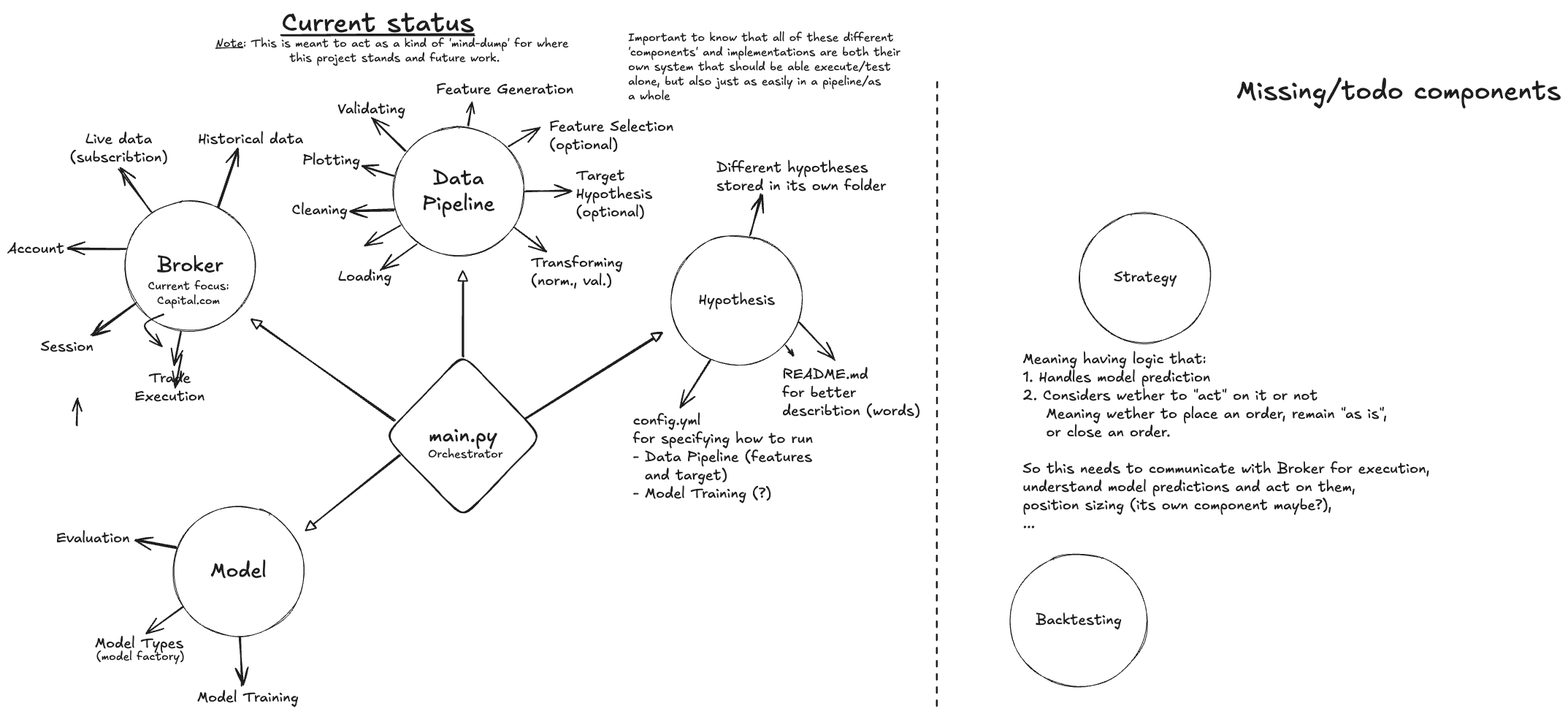
The Excalidraw diagram excalidraw/current_progress.excalidraw.png in DanielWestgaard/ml-pred, before a commit. Source tidied: one line per element, renumbered; positions are measured from the earlier drawing's top-left corner, leaving out a move shared by most shapes.
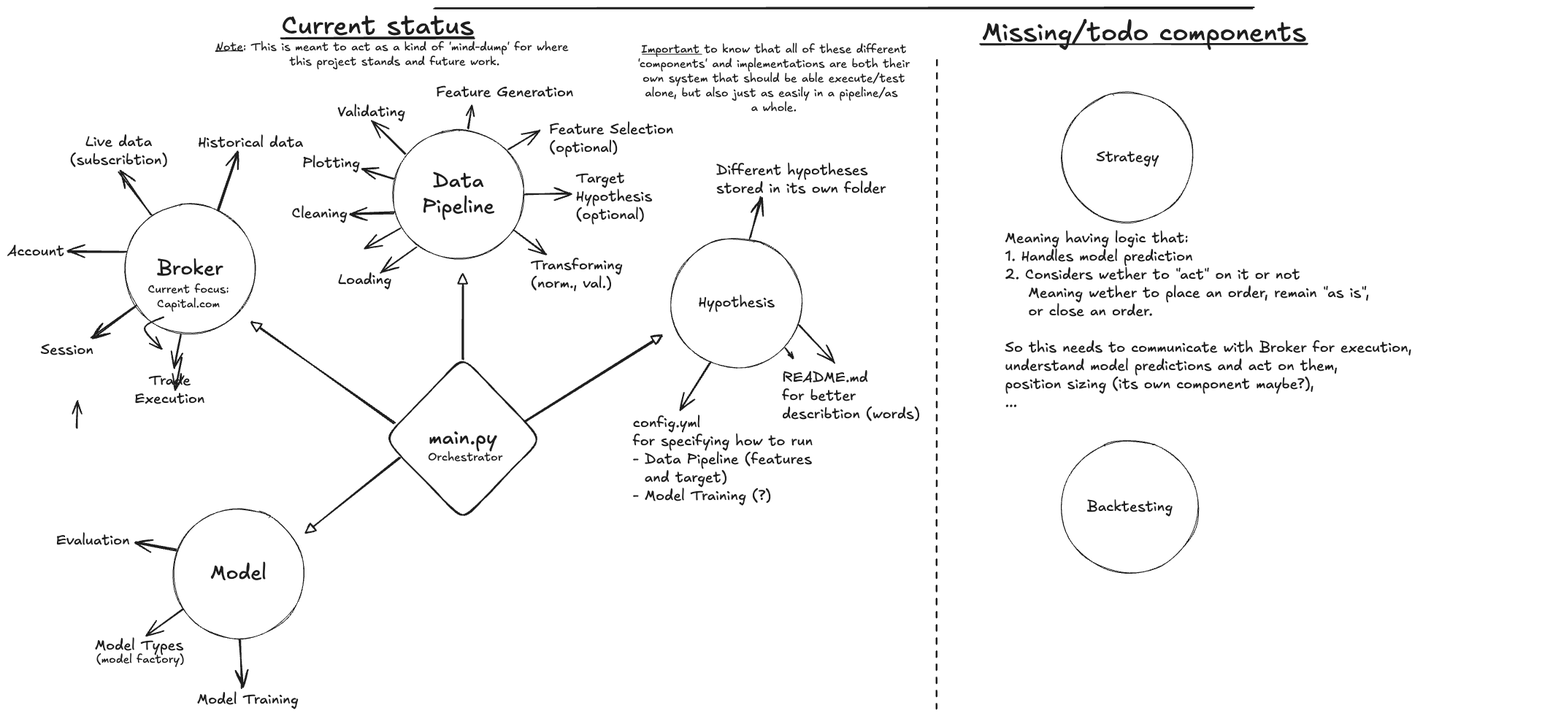
After the change.

Commit message:
moved some fiels around

Diff of the diagram source:
```diff
@@ -24,7 +24,7 @@
 {"id": 23, "type": "text", "text": "Live data\n(subscribtion)", "strokeColor": "#1e1e1e", "strokeWidth": 2, "roughness": 1, "fontSize": 20, "fontFamily": 5, "textAlign": "center", "x": 86, "y": 168, "width": 134, "height": 50}
 {"id": 24, "type": "arrow", "strokeColor": "#1e1e1e", "strokeWidth": 2, "roughness": 1, "endArrowhead": "arrow", "round": true, "from": 4, "to": 17, "x": 238, "y": 444, "width": 9, "height": 45, "points": [[0, 0], [-9, 45]]}
 {"id": 25, "type": "arrow", "strokeColor": "#1e1e1e", "strokeWidth": 2, "roughness": 1, "endArrowhead": "arrow", "round": true, "from": 4, "to": 22, "x": 289, "y": 275, "width": 27, "height": 82, "points": [[0, 0], [27, -82]]}
-{"id": 26, "type": "text", "text": "Important to know that all of these different\n'components' and implementations are both their\nown system that should be able execute/test\nalone, but also just as easily in a pipeline/as \na whole", "strokeColor": "#1e1e1e", "strokeWidth": 2, "roughness": 1, "fontSize": 16, "fontFamily": 5, "x": 850, "y": 32, "width": 373, "height": 100}
+{"id": 26, "type": "text", "text": "Important to know that all of these different\n'components' and implementations are both their\nown system that should be able execute/test\nalone, but also just as easily in a pipeline/as \na whole.", "strokeColor": "#1e1e1e", "strokeWidth": 2, "roughness": 1, "fontSize": 16, "fontFamily": 5, "textAlign": "center", "x": 863, "y": 44, "width": 373, "height": 100}
 {"id": 27, "type": "arrow", "strokeColor": "#1e1e1e", "strokeWidth": 2, "roughness": 1, "endArrowhead": "arrow", "round": true, "from": 6, "x": 530, "y": 277, "width": 60, "height": 2, "points": [[0, 0], [-60, 2]]}
 {"id": 28, "type": "text", "text": "Cleaning", "strokeColor": "#1e1e1e", "strokeWidth": 2, "roughness": 1, "fontSize": 20, "fontFamily": 5, "x": 390, "y": 266, "width": 76, "height": 25}
 {"id": 29, "type": "text", "text": "Validating", "strokeColor": "#1e1e1e", "strokeWidth": 2, "roughness": 1, "fontSize": 20, "fontFamily": 5, "x": 452, "y": 127, "width": 93, "height": 25}
@@ -41,13 +41,13 @@
 {"id": 40, "type": "text", "text": "Transforming\n(norm., val.)", "strokeColor": "#1e1e1e", "strokeWidth": 2, "roughness": 1, "fontSize": 20, "fontFamily": 5, "x": 717, "y": 337, "width": 126, "height": 50}
 {"id": 41, "type": "arrow", "strokeColor": "#1e1e1e", "strokeWidth": 2, "roughness": 1, "endArrowhead": "arrow", "round": true, "from": 6, "x": 529, "y": 231, "width": 44, "height": 13, "points": [[0, 0], [-44, -13]]}
 {"id": 42, "type": "text", "text": "Plotting", "strokeColor": "#1e1e1e", "strokeWidth": 2, "roughness": 1, "fontSize": 20, "fontFamily": 5, "x": 404, "y": 197, "width": 79, "height": 25}
-{"id": 43, "type": "line", "strokeColor": "#1e1e1e", "strokeWidth": 2, "strokeStyle": "dashed", "roughness": 1, "round": true, "x": 1272, "y": 103, "width": 0, "height": 854, "points": [[0, 0], [0, 854]]}
+{"id": 43, "type": "line", "strokeColor": "#1e1e1e", "strokeWidth": 2, "strokeStyle": "dashed", "roughness": 1, "round": true, "x": 1272, "y": 69, "width": 0, "height": 888, "points": [[0, 0], [0, 888]]}
-{"id": 44, "type": "ellipse", "strokeColor": "#1e1e1e", "strokeWidth": 1, "roughness": 1, "round": true, "x": 1469, "y": 281, "width": 180, "height": 178}
+{"id": 44, "type": "ellipse", "strokeColor": "#1e1e1e", "strokeWidth": 1, "roughness": 1, "round": true, "x": 1445, "y": 112, "width": 180, "height": 178}
-{"id": 45, "type": "text", "text": "Strategy", "strokeColor": "#1e1e1e", "strokeWidth": 1, "roughness": 1, "fontSize": 20, "fontFamily": 5, "textAlign": "center", "verticalAlign": "middle", "inside": 44, "x": 1515, "y": 358, "width": 86, "height": 25}
+{"id": 45, "type": "text", "text": "Strategy", "strokeColor": "#1e1e1e", "strokeWidth": 1, "roughness": 1, "fontSize": 20, "fontFamily": 5, "textAlign": "center", "verticalAlign": "middle", "inside": 44, "x": 1492, "y": 189, "width": 86, "height": 25}
-{"id": 46, "type": "text", "text": "Meaning having logic that:\n1. Handles model prediction\n2. Considers wether to \"act\" on it or not\n    Meaning wether to place an order, remain \"as is\",\n    or close an order.\n\nSo this needs to communicate with Broker for execution,\nunderstand model predictions and act on them,\nposition sizing (its own component maybe?),\n...", "strokeColor": "#1e1e1e", "strokeWidth": 2, "strokeStyle": "dashed", "roughness": 1, "fontSize": 20, "fontFamily": 5, "x": 1390, "y": 469, "width": 557, "height": 250}
+{"id": 46, "type": "text", "text": "Meaning having logic that:\n1. Handles model prediction\n2. Considers wether to \"act\" on it or not\n    Meaning wether to place an order, remain \"as is\",\n    or close an order.\n\nSo this needs to communicate with Broker for execution,\nunderstand model predictions and act on them,\nposition sizing (its own component maybe?),\n...", "strokeColor": "#1e1e1e", "strokeWidth": 2, "strokeStyle": "dashed", "roughness": 1, "fontSize": 20, "fontFamily": 5, "x": 1367, "y": 300, "width": 557, "height": 250}
-{"id": 47, "type": "text", "text": "Missing/todo components", "strokeColor": "#1e1e1e", "strokeWidth": 2, "strokeStyle": "dashed", "roughness": 1, "fontSize": 36, "fontFamily": 5, "x": 1683, "y": 93, "width": 444, "height": 45}
+{"id": 47, "type": "text", "text": "Missing/todo components", "strokeColor": "#1e1e1e", "strokeWidth": 2, "strokeStyle": "dashed", "roughness": 1, "fontSize": 36, "fontFamily": 5, "x": 1335, "y": 9, "width": 444, "height": 45}
-{"id": 48, "type": "ellipse", "strokeColor": "#1e1e1e", "strokeWidth": 1, "roughness": 1, "round": true, "x": 1372, "y": 748, "width": 189, "height": 182}
+{"id": 48, "type": "ellipse", "strokeColor": "#1e1e1e", "strokeWidth": 1, "roughness": 1, "round": true, "x": 1443, "y": 589, "width": 189, "height": 182}
-{"id": 49, "type": "text", "text": "Backtesting", "strokeColor": "#1e1e1e", "strokeWidth": 1, "roughness": 1, "fontSize": 20, "fontFamily": 5, "textAlign": "center", "verticalAlign": "middle", "inside": 48, "x": 1408, "y": 827, "width": 118, "height": 25}
+{"id": 49, "type": "text", "text": "Backtesting", "strokeColor": "#1e1e1e", "strokeWidth": 1, "roughness": 1, "fontSize": 20, "fontFamily": 5, "textAlign": "center", "verticalAlign": "middle", "inside": 48, "x": 1479, "y": 668, "width": 118, "height": 25}
 {"id": 50, "type": "arrow", "strokeColor": "#1e1e1e", "strokeWidth": 2, "roughness": 1, "endArrowhead": "arrow", "round": true, "from": 8, "x": 240, "y": 821, "width": 50, "height": 36, "points": [[0, 0], [-50, 36]]}
 {"id": 51, "type": "text", "text": "Model Types", "strokeColor": "#1e1e1e", "strokeWidth": 2, "roughness": 1, "fontSize": 20, "fontFamily": 5, "x": 120, "y": 858, "width": 121, "height": 25}
 {"id": 52, "type": "arrow", "strokeColor": "#1e1e1e", "strokeWidth": 2, "roughness": 1, "endArrowhead": "arrow", "round": true, "from": 8, "x": 319, "y": 863, "width": 3, "height": 65, "points": [[0, 0], [3, 65]]}
@@ -65,3 +65,5 @@
 {"id": 64, "type": "arrow", "strokeColor": "#1e1e1e", "strokeWidth": 2, "roughness": 1, "endArrowhead": "arrow", "round": true, "from": 10, "to": 63, "x": 963, "y": 484, "width": 42, "height": 63, "points": [[0, 0], [-42, 63]]}
 {"id": 65, "type": "text", "text": "README.md\nfor better\ndescribtion (words)\n", "strokeColor": "#1e1e1e", "strokeWidth": 2, "roughness": 1, "fontSize": 20, "fontFamily": 5, "x": 1061, "y": 491, "width": 189, "height": 100}
 {"id": 66, "type": "arrow", "strokeColor": "#1e1e1e", "strokeWidth": 2, "roughness": 1, "endArrowhead": "arrow", "round": true, "from": 10, "to": 65, "x": 1085, "y": 430, "width": 49, "height": 52, "points": [[0, 0], [49, 52]]}
+{"id": 67, "type": "line", "strokeColor": "#1e1e1e", "strokeWidth": 2, "roughness": 1, "round": true, "x": 1333, "y": 47, "width": 448, "height": 0, "points": [[0, 0], [448, 0]]}
+{"id": 68, "type": "line", "strokeColor": "#1e1e1e", "strokeWidth": 1, "roughness": 0, "round": true, "x": 870, "y": 60, "width": 82, "height": 0, "points": [[0, 0], [82, 0]]}
```
